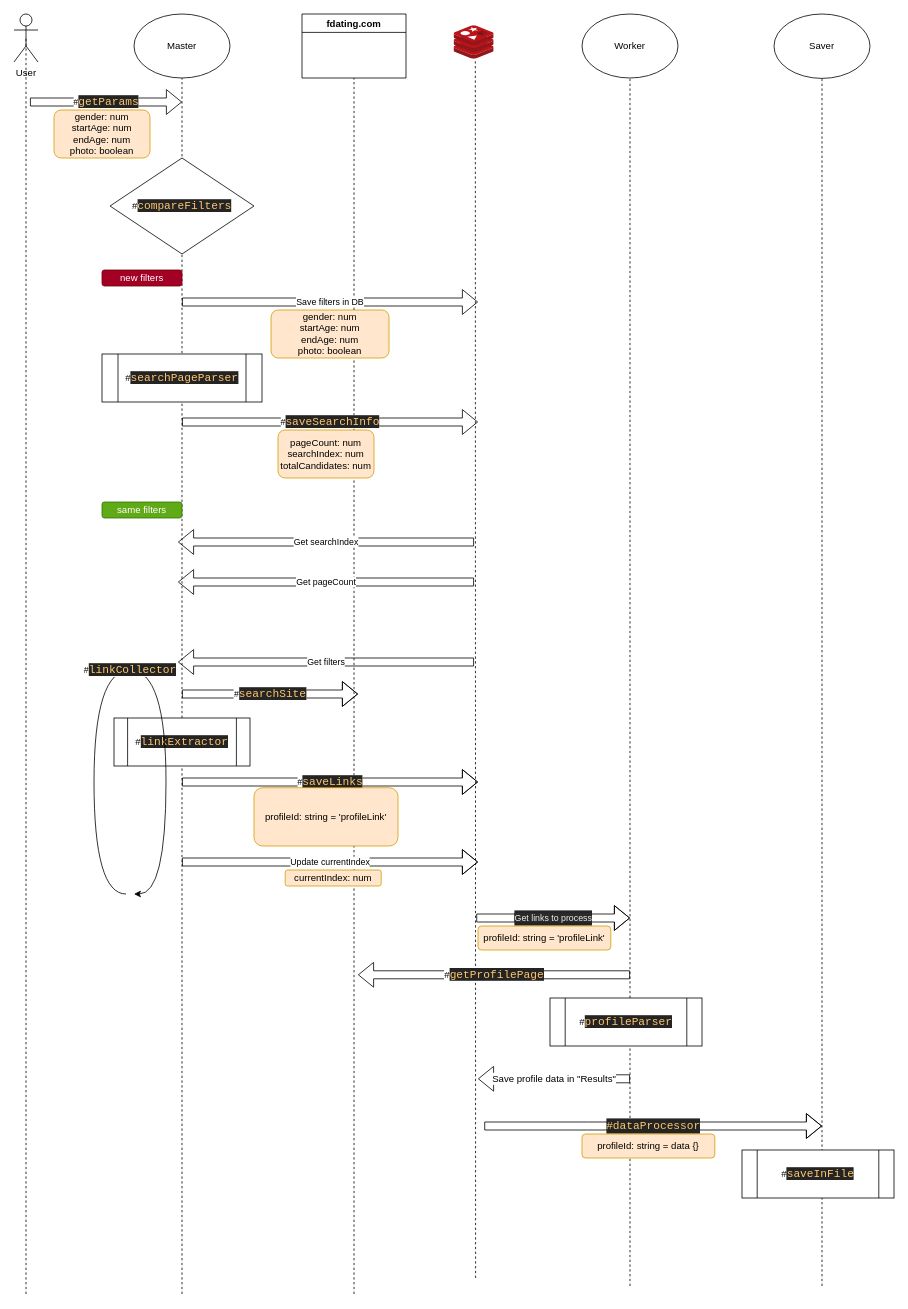
The draw.io diagram diagrams/architecture.drawio in Kal9Isa/fdating-profile-collector, before the edit. Source tidied: cells renumbered, new cells numbered last; positions are measured from the earlier drawing's top-left corner, leaving out a move shared by most shapes. Both pictures are drawn from the tidied source at 80%, with x=0, y=0 at pixel (14, 14).
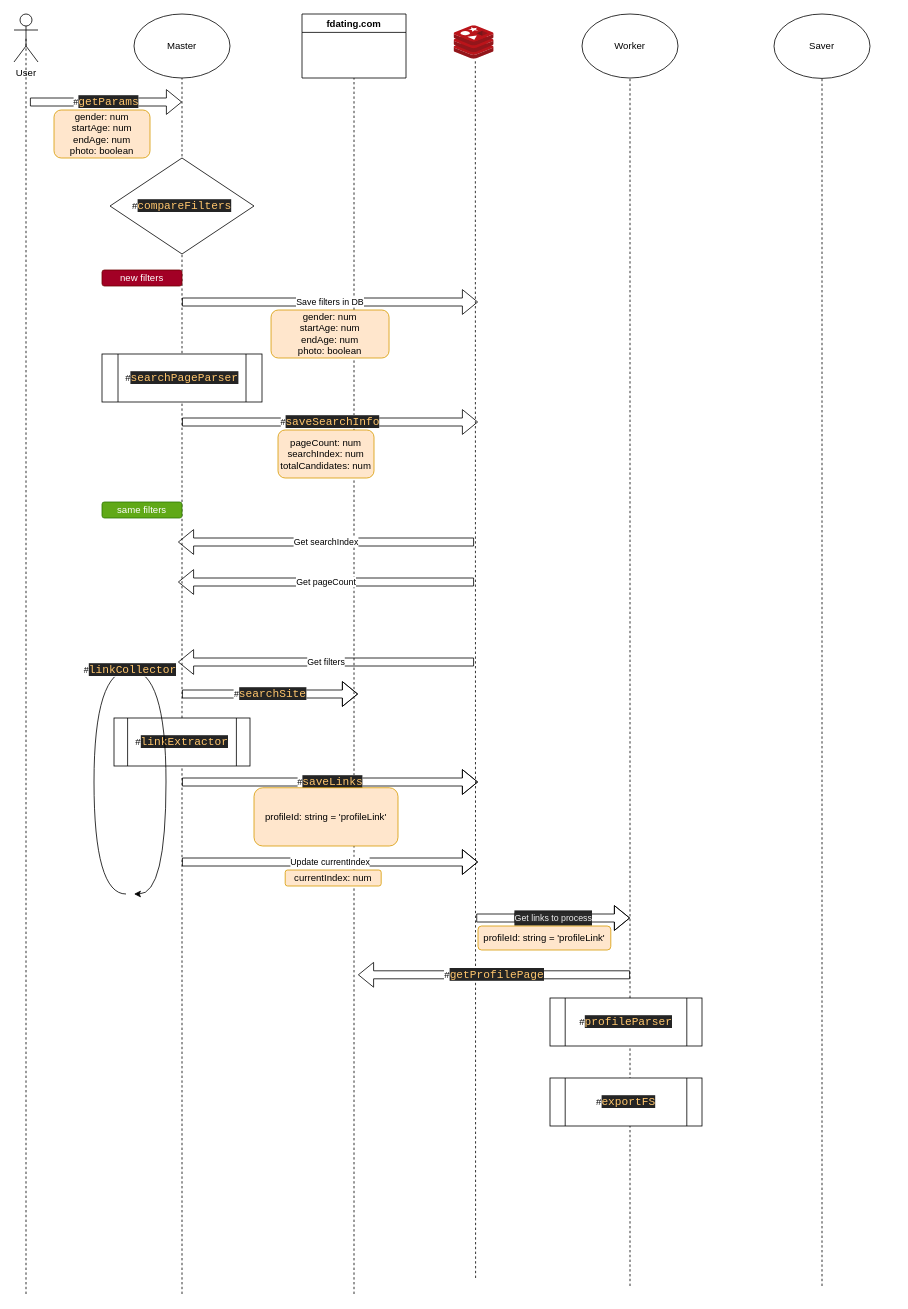
The same page after the edit.

The edit, as a diff of the source:
```diff
@@
-    <mxCell id="50" value="&lt;span style=&quot;font-size: 12px&quot;&gt;Save profile data in &quot;Results&quot;&lt;/span&gt;" style="shape=flexArrow;endArrow=classic;html=1;" parent="20" edge="1">
-      <mxGeometry x="450" y="1371" as="geometry">
-        <mxPoint x="770" y="1331" as="sourcePoint" />
-        <mxPoint x="580" y="1331" as="targetPoint" />
-      </mxGeometry>
-    </mxCell>
-    <mxCell id="51" value="&lt;div style=&quot;color: rgb(204 , 204 , 204) ; background-color: rgb(36 , 36 , 36) ; font-family: &amp;#34;droid sans mono&amp;#34; , monospace , monospace , &amp;#34;droid sans fallback&amp;#34; ; font-size: 14px ; line-height: 19px&quot;&gt;&lt;span style=&quot;color: #ffc66d&quot;&gt;#dataProcessor&lt;/span&gt;&lt;/div&gt;" style="shape=flexArrow;endArrow=classic;html=1;" parent="20" edge="1">
-      <mxGeometry x="755" y="1430" as="geometry">
-        <mxPoint x="587.9" y="1390" as="sourcePoint" />
-        <mxPoint x="1010" y="1390" as="targetPoint" />
-        <Array as="points">
-          <mxPoint x="717" y="1390" />
-        </Array>
-      </mxGeometry>
-    </mxCell>
-    <mxCell id="52" value="&lt;font color=&quot;#000000&quot;&gt;profileId: string = data {}&lt;br&gt;&lt;/font&gt;" style="rounded=1;whiteSpace=wrap;html=1;fillColor=#ffe6cc;strokeColor=#d79b00;" parent="20" vertex="1">
-      <mxGeometry x="710" y="1400" width="166" height="30" as="geometry" />
-    </mxCell>
-    <mxCell id="53" value="#&lt;span style=&quot;color: rgb(255 , 198 , 109) ; background-color: rgb(36 , 36 , 36) ; font-family: &amp;#34;droid sans mono&amp;#34; , monospace , monospace , &amp;#34;droid sans fallback&amp;#34; ; font-size: 14px&quot;&gt;saveInFile&lt;/span&gt;" style="shape=process;whiteSpace=wrap;html=1;backgroundOutline=1;" parent="20" vertex="1">
-      <mxGeometry x="910" y="1420" width="190" height="60" as="geometry" />
+    <mxCell id="53" value="#&lt;span style=&quot;color: rgb(255 , 198 , 109) ; background-color: rgb(36 , 36 , 36) ; font-family: &amp;#34;droid sans mono&amp;#34; , monospace , monospace , &amp;#34;droid sans fallback&amp;#34; ; font-size: 14px&quot;&gt;exportFS&lt;/span&gt;" style="shape=process;whiteSpace=wrap;html=1;backgroundOutline=1;" parent="20" vertex="1">
+      <mxGeometry x="670" y="1330" width="190" height="60" as="geometry" />
     </mxCell>
```
